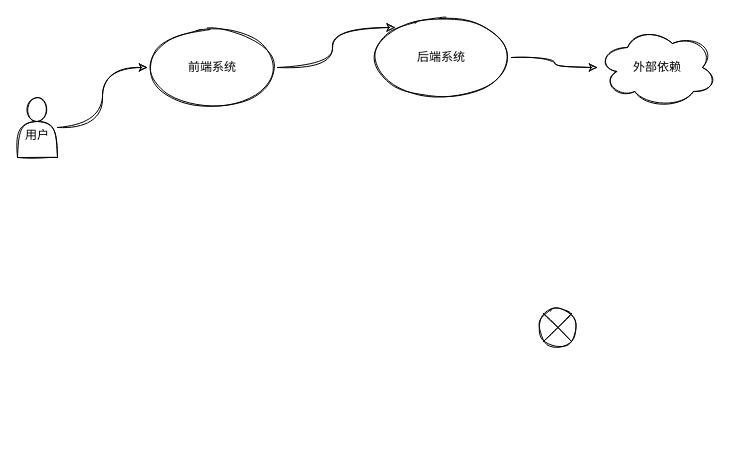
Above: 未命名绘图.drawio in HurryUpWb/pdf (draw.io), before the change. Source tidied: cells renumbered, new cells numbered last; positions are measured from the earlier drawing's top-left corner, leaving out a move shared by most shapes. Both pictures are drawn from the tidied source at 100%, with x=0, y=0 at pixel (17, 17).
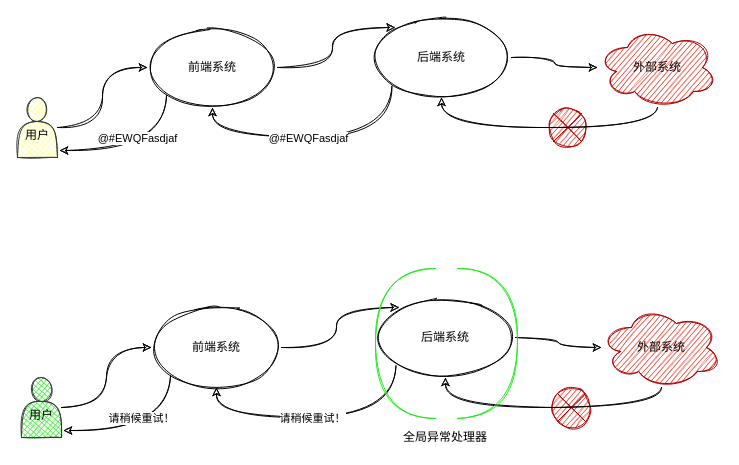
The same page after the edit.

Commit message:
更新未命名绘图.drawio

The change refers to these unchanged cells:
```xml
<mxCell id="5" value="前端系统" style="ellipse;whiteSpace=wrap;html=1;sketch=1;" parent="1" vertex="1">
  <mxGeometry x="130" y="10" width="130" height="80" as="geometry" />
</mxCell>
<mxCell id="8" value="后端系统" style="ellipse;whiteSpace=wrap;html=1;sketch=1;" parent="1" vertex="1">
  <mxGeometry x="354" width="140" height="80" as="geometry" />
</mxCell>
```

Diff of the diagram source:
```diff
@@
-    <mxCell id="3" value="&lt;br&gt;用户" style="shape=actor;whiteSpace=wrap;html=1;sketch=1;" parent="1" vertex="1">
+    <mxCell id="3" value="&lt;br&gt;用户" style="shape=actor;whiteSpace=wrap;html=1;sketch=1;fillColor=#ffff88;strokeColor=#36393d;fillStyle=cross-hatch;" parent="1" vertex="1">
       <mxGeometry y="80" width="40" height="60" as="geometry" />
     </mxCell>
@@
+    <mxCell id="10" style="edgeStyle=elbowEdgeStyle;curved=1;sketch=1;jettySize=auto;elbow=vertical;html=1;exitX=0;exitY=1;exitDx=0;exitDy=0;entryX=1.05;entryY=0.883;entryDx=0;entryDy=0;entryPerimeter=0;endArrow=classic;endFill=1;" parent="1" edge="1" source="5" target="3">
+      <mxGeometry relative="1" as="geometry">
+        <Array as="points">
+          <mxPoint x="110" y="133" />
+        </Array>
+      </mxGeometry>
+    </mxCell>
+    <mxCell id="11" value="@#EWQFasdjaf" style="edgeLabel;html=1;align=center;verticalAlign=middle;" parent="10" vertex="1">
+      <mxGeometry x="0.21" y="-10" relative="1" as="geometry">
+        <mxPoint x="14" y="-3" as="offset" />
+      </mxGeometry>
+    </mxCell>
@@
-    <mxCell id="6" style="shape=sumEllipse;perimeter=ellipsePerimeter;whiteSpace=wrap;html=1;backgroundOutline=1;sketch=1;" parent="1" vertex="1">
-      <mxGeometry x="520" y="290" width="40" height="40" as="geometry" />
+    <mxCell id="6" style="shape=sumEllipse;perimeter=ellipsePerimeter;whiteSpace=wrap;html=1;backgroundOutline=1;sketch=1;fillColor=#e51400;strokeColor=#B20000;fontColor=#ffffff;" parent="1" vertex="1">
+      <mxGeometry x="530" y="90" width="40" height="40" as="geometry" />
     </mxCell>
@@
+    <mxCell id="12" style="edgeStyle=elbowEdgeStyle;curved=1;sketch=1;jettySize=auto;elbow=vertical;html=1;exitX=0;exitY=1;exitDx=0;exitDy=0;entryX=0.5;entryY=1;entryDx=0;entryDy=0;endArrow=classic;endFill=1;" parent="1" edge="1" source="8" target="5">
+      <mxGeometry relative="1" as="geometry">
+        <Array as="points">
+          <mxPoint x="290" y="120" />
+        </Array>
+      </mxGeometry>
+    </mxCell>
+    <mxCell id="13" value="@#EWQFasdjaf" style="edgeLabel;html=1;align=center;verticalAlign=middle;" parent="12" vertex="1">
+      <mxGeometry x="-0.11" y="1" relative="1" as="geometry">
+        <mxPoint x="-20" y="-1" as="offset" />
+      </mxGeometry>
+    </mxCell>
@@
+    <mxCell id="14" style="edgeStyle=elbowEdgeStyle;sketch=1;jettySize=auto;html=1;endArrow=classic;endFill=1;elbow=vertical;entryX=0.5;entryY=1;entryDx=0;entryDy=0;curved=1;" parent="1" edge="1" source="9" target="8">
+      <mxGeometry relative="1" as="geometry">
+        <Array as="points">
+          <mxPoint x="530" y="110" />
+          <mxPoint x="502" y="160" />
+        </Array>
+      </mxGeometry>
+    </mxCell>
-    <mxCell id="9" value="外部依赖" style="ellipse;shape=cloud;whiteSpace=wrap;html=1;sketch=1;" parent="1" vertex="1">
+    <mxCell id="9" value="&lt;font color=&quot;#000000&quot;&gt;外部系统&lt;/font&gt;" style="ellipse;shape=cloud;whiteSpace=wrap;html=1;sketch=1;fillColor=#e51400;strokeColor=#B20000;fontColor=#ffffff;" parent="1" vertex="1">
       <mxGeometry x="580" y="10" width="120" height="80" as="geometry" />
     </mxCell>
+    <mxCell id="15" style="edgeStyle=orthogonalEdgeStyle;rounded=0;jettySize=auto;html=1;sketch=1;curved=1;" parent="1" edge="1" source="16" target="20">
+      <mxGeometry relative="1" as="geometry" />
+    </mxCell>
+    <mxCell id="16" value="&lt;br&gt;用户" style="shape=actor;whiteSpace=wrap;html=1;sketch=1;fillColor=#23EB1C;strokeColor=#36393d;fillStyle=cross-hatch;" parent="1" vertex="1">
+      <mxGeometry x="4" y="360" width="40" height="60" as="geometry" />
+    </mxCell>
+    <mxCell id="17" style="edgeStyle=orthogonalEdgeStyle;rounded=0;sketch=1;jettySize=auto;html=1;curved=1;endArrow=classic;endFill=1;" parent="1" edge="1" source="20" target="25">
+      <mxGeometry relative="1" as="geometry">
+        <Array as="points">
+          <mxPoint x="319" y="330" />
+          <mxPoint x="319" y="290" />
+        </Array>
+      </mxGeometry>
+    </mxCell>
+    <mxCell id="18" style="edgeStyle=elbowEdgeStyle;curved=1;sketch=1;jettySize=auto;elbow=vertical;html=1;exitX=0;exitY=1;exitDx=0;exitDy=0;entryX=1.05;entryY=0.883;entryDx=0;entryDy=0;entryPerimeter=0;endArrow=classic;endFill=1;" parent="1" edge="1" source="20" target="16">
+      <mxGeometry relative="1" as="geometry">
+        <Array as="points">
+          <mxPoint x="114" y="413" />
+        </Array>
+      </mxGeometry>
+    </mxCell>
+    <mxCell id="19" value="请稍候重试！" style="edgeLabel;html=1;align=center;verticalAlign=middle;" parent="18" vertex="1">
+      <mxGeometry x="0.21" y="-10" relative="1" as="geometry">
+        <mxPoint x="14" y="-3" as="offset" />
+      </mxGeometry>
+    </mxCell>
+    <mxCell id="20" value="前端系统" style="ellipse;whiteSpace=wrap;html=1;sketch=1;" parent="1" vertex="1">
+      <mxGeometry x="134" y="290" width="130" height="80" as="geometry" />
+    </mxCell>
+    <mxCell id="21" style="shape=sumEllipse;perimeter=ellipsePerimeter;whiteSpace=wrap;html=1;backgroundOutline=1;sketch=1;fillColor=#e51400;strokeColor=#B20000;fontColor=#ffffff;" parent="1" vertex="1">
+      <mxGeometry x="534" y="370" width="40" height="40" as="geometry" />
+    </mxCell>
+    <mxCell id="22" style="edgeStyle=orthogonalEdgeStyle;curved=1;rounded=0;sketch=1;jettySize=auto;html=1;exitX=1;exitY=0.5;exitDx=0;exitDy=0;endArrow=classic;endFill=1;" parent="1" edge="1" source="25" target="27">
+      <mxGeometry relative="1" as="geometry" />
+    </mxCell>
+    <mxCell id="23" style="edgeStyle=elbowEdgeStyle;curved=1;sketch=1;jettySize=auto;elbow=vertical;html=1;exitX=0;exitY=1;exitDx=0;exitDy=0;entryX=0.5;entryY=1;entryDx=0;entryDy=0;endArrow=classic;endFill=1;" parent="1" edge="1" source="25" target="20">
+      <mxGeometry relative="1" as="geometry">
+        <Array as="points">
+          <mxPoint x="294" y="400" />
+        </Array>
+      </mxGeometry>
+    </mxCell>
+    <mxCell id="24" value="请稍候重试！" style="edgeLabel;html=1;align=center;verticalAlign=middle;" parent="23" vertex="1">
+      <mxGeometry x="-0.11" y="1" relative="1" as="geometry">
+        <mxPoint x="-20" y="-1" as="offset" />
+      </mxGeometry>
+    </mxCell>
+    <mxCell id="25" value="后端系统" style="ellipse;whiteSpace=wrap;html=1;sketch=1;" parent="1" vertex="1">
+      <mxGeometry x="358" y="280" width="140" height="80" as="geometry" />
+    </mxCell>
+    <mxCell id="26" style="edgeStyle=elbowEdgeStyle;sketch=1;jettySize=auto;html=1;endArrow=classic;endFill=1;elbow=vertical;entryX=0.5;entryY=1;entryDx=0;entryDy=0;curved=1;" parent="1" edge="1" source="27" target="25">
+      <mxGeometry relative="1" as="geometry">
+        <Array as="points">
+          <mxPoint x="534" y="390" />
+          <mxPoint x="506" y="440" />
+        </Array>
+      </mxGeometry>
+    </mxCell>
+    <mxCell id="27" value="&lt;font color=&quot;#000000&quot;&gt;外部系统&lt;/font&gt;" style="ellipse;shape=cloud;whiteSpace=wrap;html=1;sketch=1;fillColor=#e51400;strokeColor=#B20000;fontColor=#ffffff;" parent="1" vertex="1">
+      <mxGeometry x="584" y="290" width="120" height="80" as="geometry" />
+    </mxCell>
+    <mxCell id="28" style="shape=requiredInterface;html=1;verticalLabelPosition=bottom;sketch=1;fillColor=#23EB1C;gradientDirection=south;direction=east;strokeColor=#23EB1C;" parent="1" vertex="1">
+      <mxGeometry x="440" y="251" width="60" height="150" as="geometry" />
+    </mxCell>
+    <mxCell id="29" style="shape=requiredInterface;html=1;verticalLabelPosition=bottom;sketch=1;fillColor=#23EB1C;gradientDirection=south;direction=west;strokeColor=#23EB1C;" parent="1" vertex="1">
+      <mxGeometry x="358" y="251" width="60" height="150" as="geometry" />
+    </mxCell>
+    <mxCell id="30" value="全局异常处理器" style="text;html=1;strokeColor=none;fillColor=none;align=center;verticalAlign=middle;whiteSpace=wrap;rounded=0;sketch=1;" parent="1" vertex="1">
+      <mxGeometry x="385" y="410" width="86" height="20" as="geometry" />
+    </mxCell>
+    <mxCell id="31" style="edgeStyle=elbowEdgeStyle;curved=1;sketch=1;orthogonalLoop=1;jettySize=auto;elbow=vertical;html=1;exitX=0.5;exitY=0;exitDx=0;exitDy=0;endArrow=classic;endFill=1;" parent="1" edge="1" source="30" target="30">
+      <mxGeometry relative="1" as="geometry" />
+    </mxCell>
```
